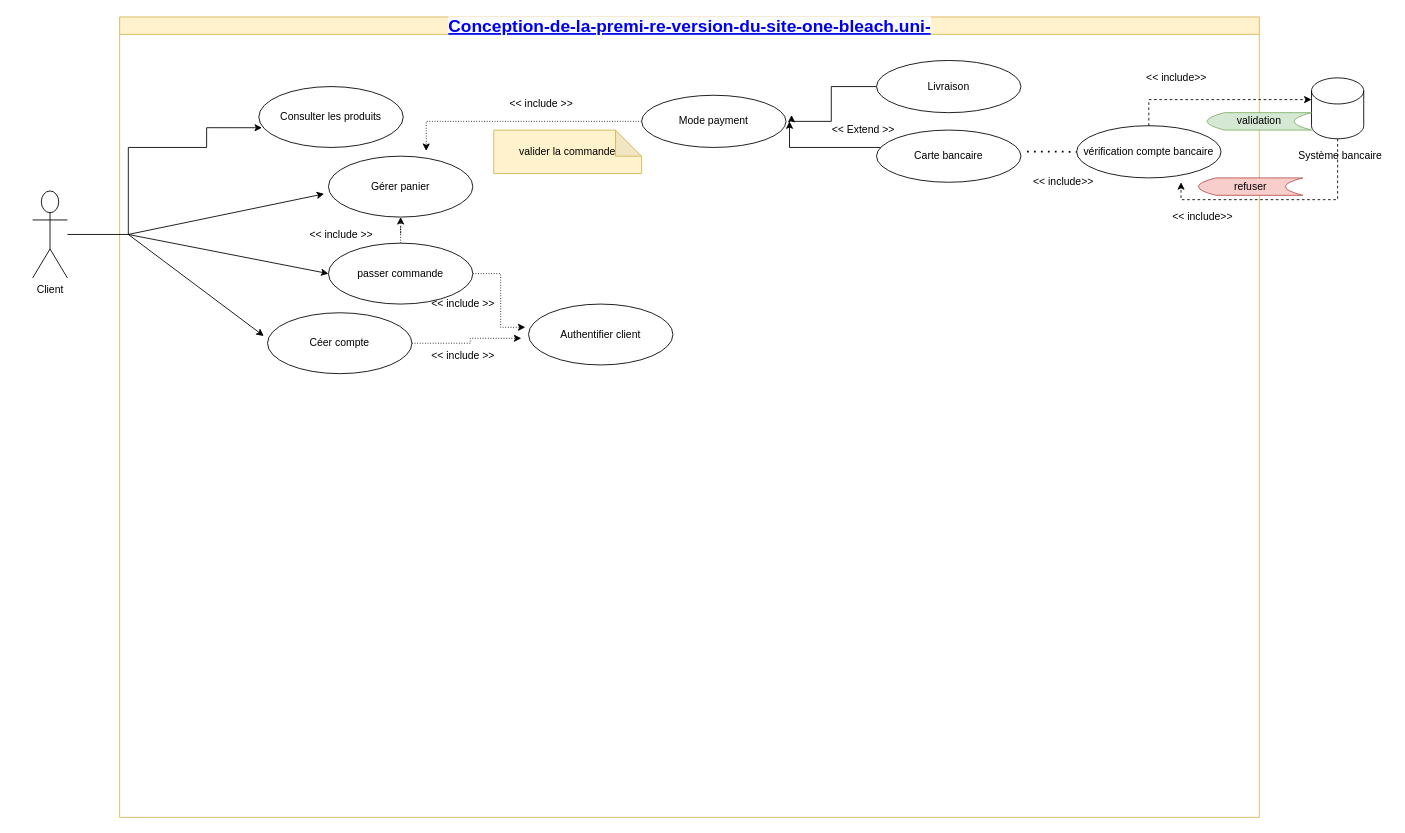
The draw.io diagram Untitled Diagram.drawio in said11707/Conception-de-la-premi-re-version-du-site-one-bleach.uni-, before the edit. Source tidied: cells renumbered, new cells numbered last; positions are measured from the earlier drawing's top-left corner, leaving out a move shared by most shapes. Both pictures are drawn from the tidied source at 87%, with x=0, y=0 at pixel (32, 17).
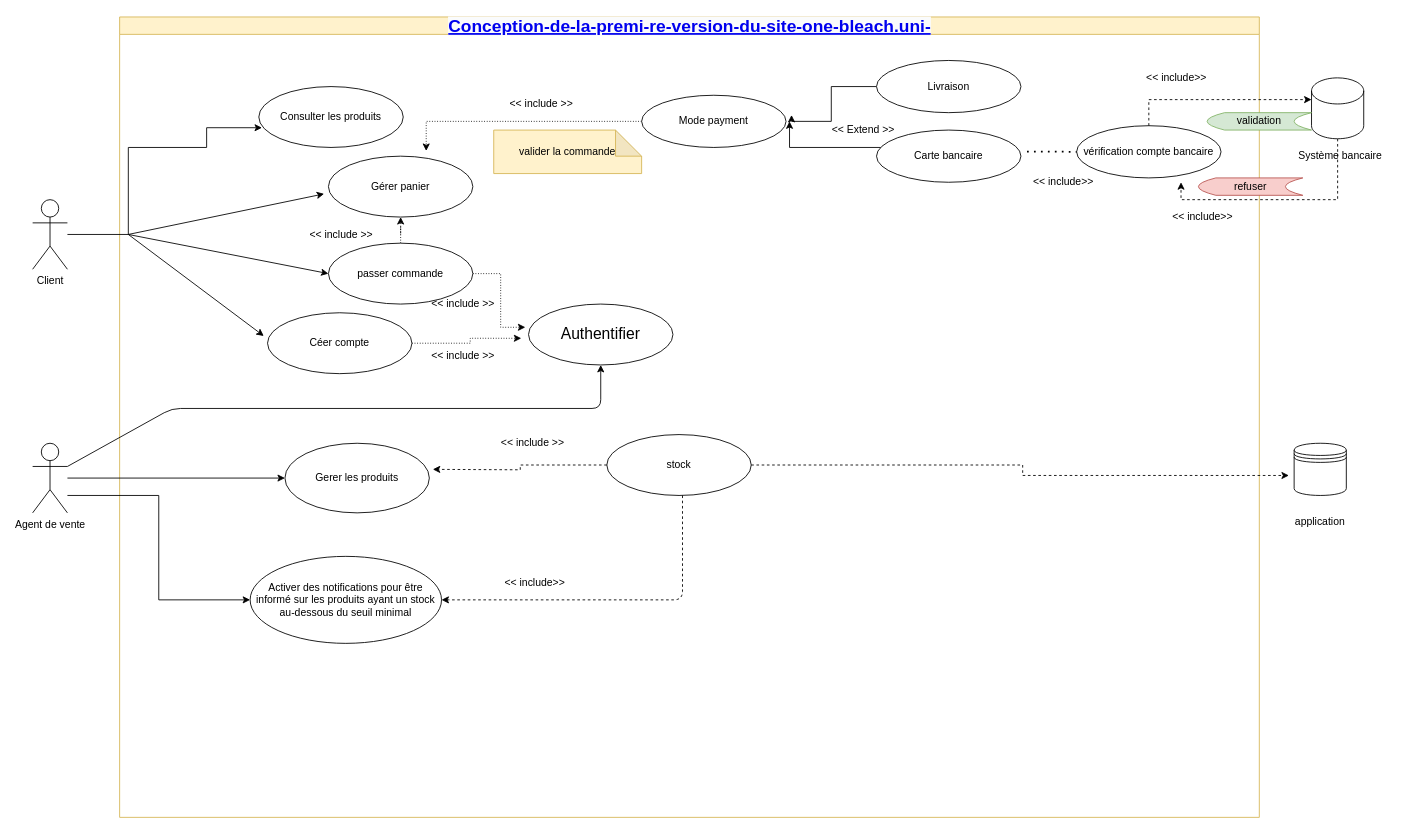
After the change.

The change refers to these unchanged cells:
```xml
<mxCell id="2" value="&lt;a class=&quot;&quot; href=&quot;https://github.com/said11707/Conception-de-la-premi-re-version-du-site-one-bleach.uni-&quot; style=&quot;box-sizing: border-box ; background-color: rgb(250 , 251 , 252) ; font-family: , &amp;#34;blinkmacsystemfont&amp;#34; , &amp;#34;segoe ui&amp;#34; , &amp;#34;helvetica&amp;#34; , &amp;#34;arial&amp;#34; , sans-serif , &amp;#34;apple color emoji&amp;#34; , &amp;#34;segoe ui emoji&amp;#34; ; font-size: 20px&quot;&gt;Conception-de-la-premi-re-version-du-site-one-bleach.uni-&lt;/a&gt;" style="swimlane;html=1;startSize=20;horizontal=1;containerType=tree;glass=0;fillColor=#fff2cc;strokeColor=#d6b656;" parent="1" vertex="1">
  <mxGeometry x="100" width="1310" height="920" as="geometry" />
</mxCell>
```

Change to the diagram source:
```diff
@@
-    <mxCell id="12" value="Authentifier client" style="ellipse;whiteSpace=wrap;html=1;" parent="2" vertex="1">
+    <mxCell id="12" value="&lt;p style=&quot;line-height: 140% ; font-size: 18px&quot;&gt;Authentifier &lt;br&gt;&lt;/p&gt;" style="ellipse;whiteSpace=wrap;html=1;" parent="2" vertex="1">
       <mxGeometry x="470" y="330" width="166" height="70" as="geometry" />
     </mxCell>
@@
+    <mxCell id="39" value="Gerer les produits" style="ellipse;whiteSpace=wrap;html=1;" parent="2" vertex="1">
+      <mxGeometry x="190" y="490" width="166" height="80" as="geometry" />
+    </mxCell>
+    <mxCell id="40" value="Activer des notifications pour être informé sur les produits ayant un stock au-dessous du seuil minimal" style="ellipse;whiteSpace=wrap;html=1;" parent="2" vertex="1">
+      <mxGeometry x="150" y="620" width="220" height="100" as="geometry" />
+    </mxCell>
+    <mxCell id="41" value="stock" style="ellipse;whiteSpace=wrap;html=1;" parent="2" vertex="1">
+      <mxGeometry x="560" y="480" width="166" height="70" as="geometry" />
+    </mxCell>
+    <mxCell id="42" value="&amp;lt;&amp;lt; include &amp;gt;&amp;gt;" style="text;html=1;strokeColor=none;fillColor=none;align=center;verticalAlign=middle;whiteSpace=wrap;rounded=0;" parent="2" vertex="1">
+      <mxGeometry x="430" y="480" width="90" height="20" as="geometry" />
+    </mxCell>
+    <mxCell id="43" style="endArrow=classic;html=1;dashed=1;entryX=1;entryY=0.5;entryDx=0;entryDy=0;" parent="2" edge="1" target="40">
+      <mxGeometry relative="1" as="geometry">
+        <mxPoint x="647" y="550" as="sourcePoint" />
+        <Array as="points">
+          <mxPoint x="647" y="670" />
+        </Array>
+      </mxGeometry>
+    </mxCell>
+    <mxCell id="44" value="&amp;lt;&amp;lt; include&amp;gt;&amp;gt;" style="text;html=1;strokeColor=none;fillColor=none;align=center;verticalAlign=middle;whiteSpace=wrap;rounded=0;" parent="2" vertex="1">
+      <mxGeometry x="435" y="640" width="85" height="20" as="geometry" />
+    </mxCell>
@@
     <mxCell id="28" value="Client" style="shape=umlActor;verticalLabelPosition=bottom;verticalAlign=top;html=1;outlineConnect=0;" parent="1" vertex="1">
-      <mxGeometry y="200" width="40" height="100" as="geometry" />
+      <mxGeometry y="210" width="40" height="80" as="geometry" />
     </mxCell>
@@
+    <mxCell id="45" style="edgeStyle=orthogonalEdgeStyle;rounded=0;jettySize=auto;html=1;entryX=0;entryY=0.5;entryDx=0;entryDy=0;" parent="1" edge="1" source="47" target="39">
+      <mxGeometry relative="1" as="geometry" />
+    </mxCell>
+    <mxCell id="46" style="edgeStyle=orthogonalEdgeStyle;rounded=0;jettySize=auto;html=1;entryX=0;entryY=0.5;entryDx=0;entryDy=0;" parent="1" edge="1" source="47" target="40">
+      <mxGeometry relative="1" as="geometry">
+        <Array as="points">
+          <mxPoint x="145" y="550" />
+          <mxPoint x="145" y="670" />
+        </Array>
+      </mxGeometry>
+    </mxCell>
+    <mxCell id="47" value="Agent de vente" style="shape=umlActor;verticalLabelPosition=bottom;verticalAlign=top;html=1;outlineConnect=0;" parent="1" vertex="1">
+      <mxGeometry y="490" width="40" height="80" as="geometry" />
+    </mxCell>
+    <mxCell id="48" style="edgeStyle=orthogonalEdgeStyle;rounded=0;jettySize=auto;html=1;dashed=1;" parent="1" edge="1" source="41">
+      <mxGeometry relative="1" as="geometry">
+        <mxPoint x="460" y="520" as="targetPoint" />
+      </mxGeometry>
+    </mxCell>
+    <mxCell id="49" style="shape=datastore;whiteSpace=wrap;html=1;" parent="1" vertex="1">
+      <mxGeometry x="1450" y="490" width="60" height="60" as="geometry" />
+    </mxCell>
+    <mxCell id="50" style="endArrow=classic;html=1;exitX=1;exitY=0.3333333333333333;exitDx=0;exitDy=0;exitPerimeter=0;entryX=0.5;entryY=1;entryDx=0;entryDy=0;" parent="1" edge="1" source="47" target="12">
+      <mxGeometry relative="1" as="geometry">
+        <Array as="points">
+          <mxPoint x="160" y="450" />
+          <mxPoint x="653" y="450" />
+        </Array>
+      </mxGeometry>
+    </mxCell>
+    <mxCell id="51" style="edgeStyle=orthogonalEdgeStyle;rounded=0;jettySize=auto;html=1;entryX=-0.1;entryY=0.617;entryDx=0;entryDy=0;entryPerimeter=0;dashed=1;" parent="1" edge="1" source="41" target="49">
+      <mxGeometry relative="1" as="geometry">
+        <Array as="points">
+          <mxPoint x="1138" y="515" />
+          <mxPoint x="1138" y="527" />
+        </Array>
+      </mxGeometry>
+    </mxCell>
+    <mxCell id="52" value="application" style="text;html=1;strokeColor=none;fillColor=none;align=center;verticalAlign=middle;whiteSpace=wrap;rounded=0;" parent="1" vertex="1">
+      <mxGeometry x="1440" y="570" width="80" height="20" as="geometry" />
+    </mxCell>
```
